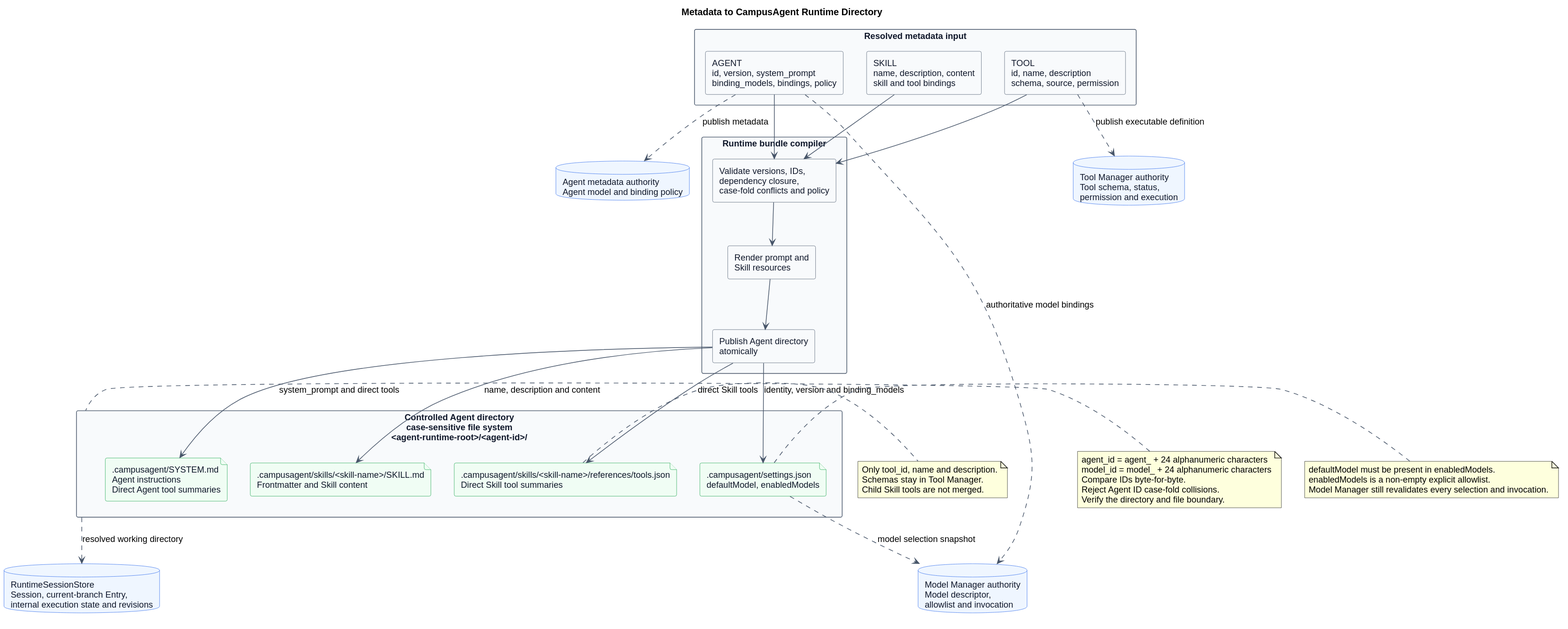
Earlier version of the PlantUML export pi-mono-java-manager-driven-multi-agent-runtime/metadata_runtime_directory_mapping.svg (ssm0808/pi-mono-java-design).
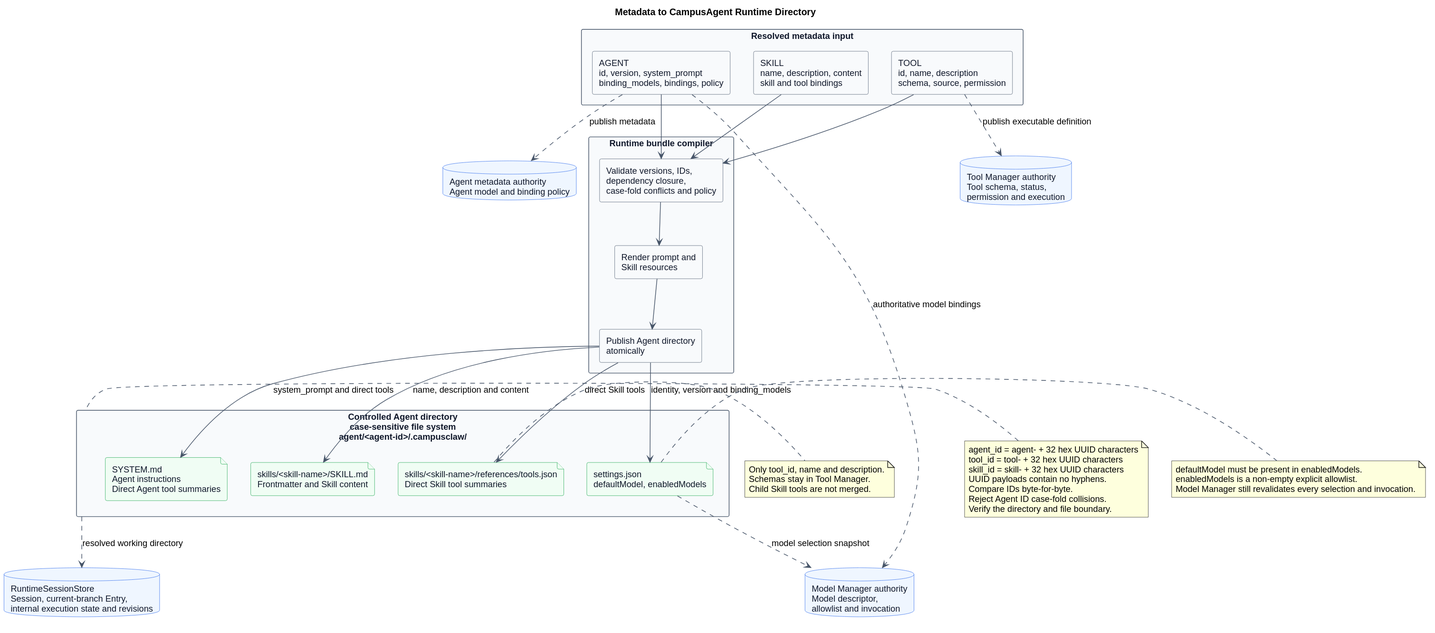
Above is the later version.

Change to the diagram source:
```diff
@@ -35,11 +35,11 @@
   rectangle "Publish Agent directory\natomically" as Publish
 }
 
-rectangle "Controlled Agent directory\ncase-sensitive file system\n<agent-runtime-root>/<agent-id>/" as AgentDirectory {
-  file ".campusagent/settings.json\ndefaultModel, enabledModels" as SettingsFile
-  file ".campusagent/SYSTEM.md\nAgent instructions\nDirect Agent tool summaries" as SystemFile
-  file ".campusagent/skills/<skill-name>/SKILL.md\nFrontmatter and Skill content" as SkillFile
-  file ".campusagent/skills/<skill-name>/references/tools.json\nDirect Skill tool summaries" as SkillToolsFile
+rectangle "Controlled Agent directory\ncase-sensitive file system\nagent/<agent-id>/.campusclaw/" as AgentDirectory {
+  file "settings.json\ndefaultModel, enabledModels" as SettingsFile
+  file "SYSTEM.md\nAgent instructions\nDirect Agent tool summaries" as SystemFile
+  file "skills/<skill-name>/SKILL.md\nFrontmatter and Skill content" as SkillFile
+  file "skills/<skill-name>/references/tools.json\nDirect Skill tool summaries" as SkillToolsFile
 }
 
 database "Agent metadata authority\nAgent model and binding policy" as AgentAuthority
@@ -70,8 +70,10 @@
 end note
 
 note left of AgentDirectory
-agent_id = agent_ + 24 alphanumeric characters
-model_id = model_ + 24 alphanumeric characters
+agent_id = agent- + 32 hex UUID characters
+tool_id = tool- + 32 hex UUID characters
+skill_id = skill- + 32 hex UUID characters
+UUID payloads contain no hyphens.
 Compare IDs byte-for-byte.
 Reject Agent ID case-fold collisions.
 Verify the directory and file boundary.
```
